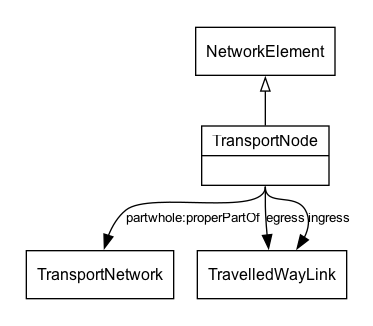
The Graphviz diagram docs/diagrams/TransportNode.png in k-vaughn/5087, before a commit. Its source is kept beside it as docs/diagrams/TransportNode.dot.
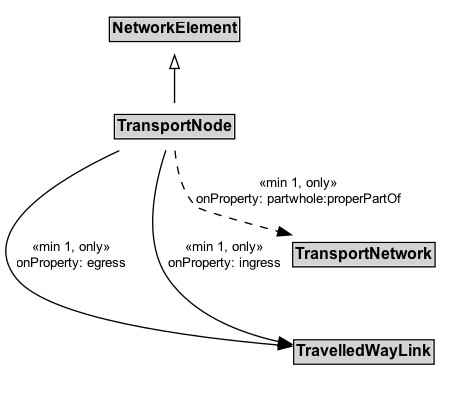
The same diagram one commit later.

What changed in the source:
```diff
@@ -1,22 +1,23 @@
 digraph {
-	graph [overlap=false splines=true]
-	node [fontname=Arial fontsize=12 shape=record]
+	graph [overlap=false rankdir=TB splines=true]
+	node [fontname=Arial fontsize=12 margin=0 shape=none]
 	edge [fontname=Arial fontsize=10]
-	subgraph cluster_main {
-		rankdir=TB style=invis
-		NetworkElement [label=NetworkElement]
-		{
-			rank=max
-			TransportNode [label="{TransportNode|}"]
-		}
-		TransportNode -> NetworkElement [arrowhead=onormal style=solid]
+	NetworkElement [label=<<TABLE BORDER="1" CELLBORDER="0" CELLSPACING="0" CELLPADDING="1"><TR><TD BGCOLOR="lightgray" ALIGN="CENTER"><B>NetworkElement</B></TD></TR></TABLE>> margin=0]
+	{
+		rank=max
+		TransportNode [label=<<TABLE BORDER="1" CELLBORDER="0" CELLSPACING="0" CELLPADDING="1"><TR><TD BGCOLOR="lightgray" ALIGN="CENTER" PORT="e"><B>TransportNode</B></TD></TR></TABLE>> margin=0]
 	}
-	subgraph cluster_others {
-		style=invis
-		TransportNetwork [label=TransportNetwork]
-		TravelledWayLink [label=TravelledWayLink]
+	subgraph cluster_associated {
+		label="" style=invis
+		Invis [label=<<TABLE BORDER="0" CELLBORDER="0" CELLSPACING="0" CELLPADDING="1"><TR><TD></TD></TR></TABLE>> margin=0 style=invis]
+		TransportNetwork [label=<<TABLE BORDER="1" CELLBORDER="0" CELLSPACING="0" CELLPADDING="1"><TR><TD BGCOLOR="lightgray" ALIGN="CENTER"><B>TransportNetwork</B></TD></TR></TABLE>> margin=0]
+		TravelledWayLink [label=<<TABLE BORDER="1" CELLBORDER="0" CELLSPACING="0" CELLPADDING="1"><TR><TD BGCOLOR="lightgray" ALIGN="CENTER"><B>TravelledWayLink</B></TD></TR></TABLE>> margin=0]
 	}
-	TransportNode:s -> TravelledWayLink [label=egress]
-	TransportNode:s -> TravelledWayLink [label=ingress]
-	TransportNode:s -> TransportNetwork [label="partwhole:properPartOf"]
+	TransportNode -> NetworkElement [arrowhead=onormal style=solid]
+	TransportNode -> Invis [style=invis]
+	Invis -> TransportNetwork [style=invis]
+	TransportNetwork -> TravelledWayLink [style=invis]
+	TransportNode -> TravelledWayLink [label="«min 1, only»\nonProperty: egress" arrowhead=normal style=solid]
+	TransportNode -> TravelledWayLink [label="«min 1, only»\nonProperty: ingress" arrowhead=normal style=solid]
+	TransportNode -> TransportNetwork [label="«min 1, only»\nonProperty: partwhole:properPartOf" arrowhead=normal style=dashed]
 }
```
